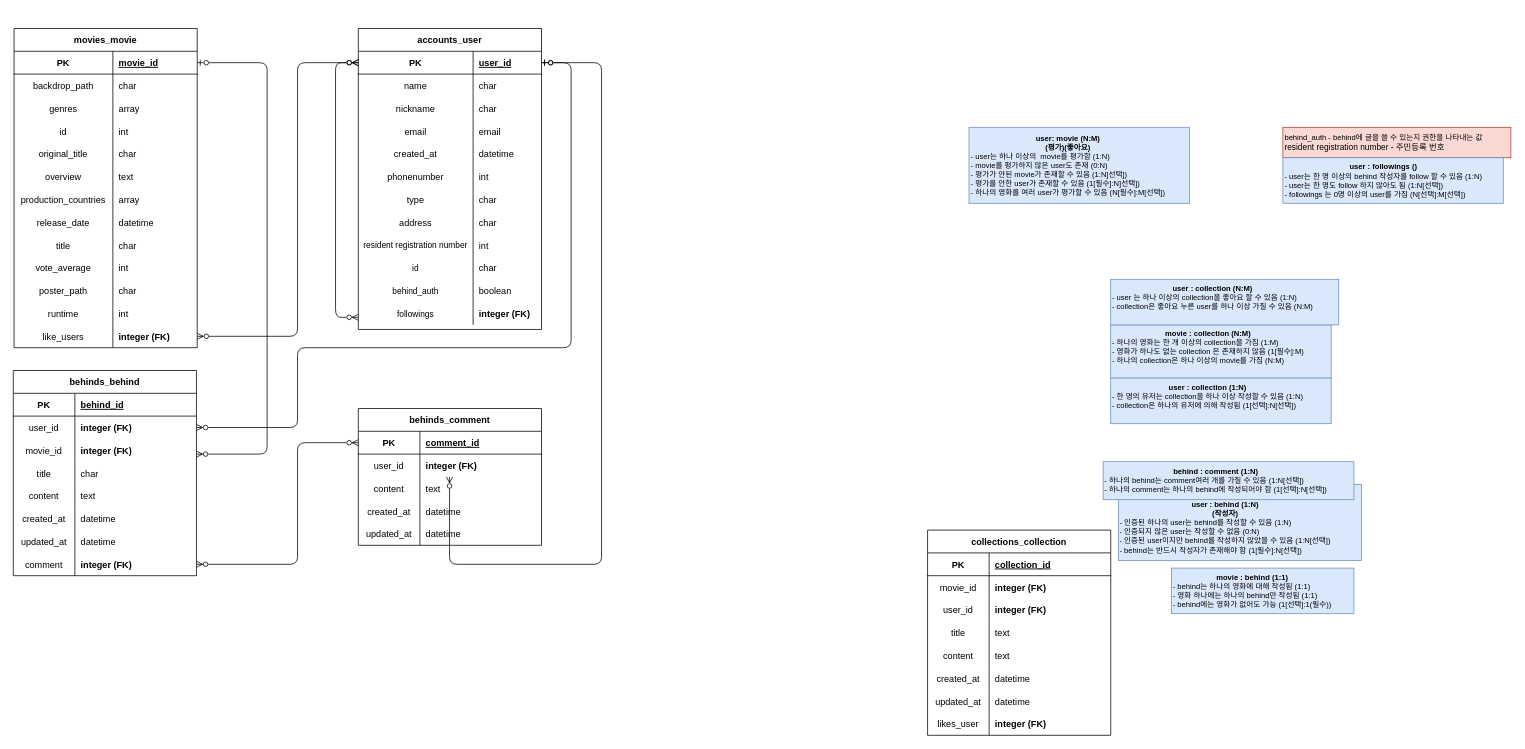
DooDoo3804/Dojiny keeps this draw.io diagram as Dojiny.drawio. Above is the earlier version. Source tidied: cells renumbered, new cells numbered last; positions are measured from the earlier drawing's top-left corner, leaving out a move shared by most shapes. Both pictures are drawn from the tidied source at 76%, with x=0, y=0 at pixel (13, 28).
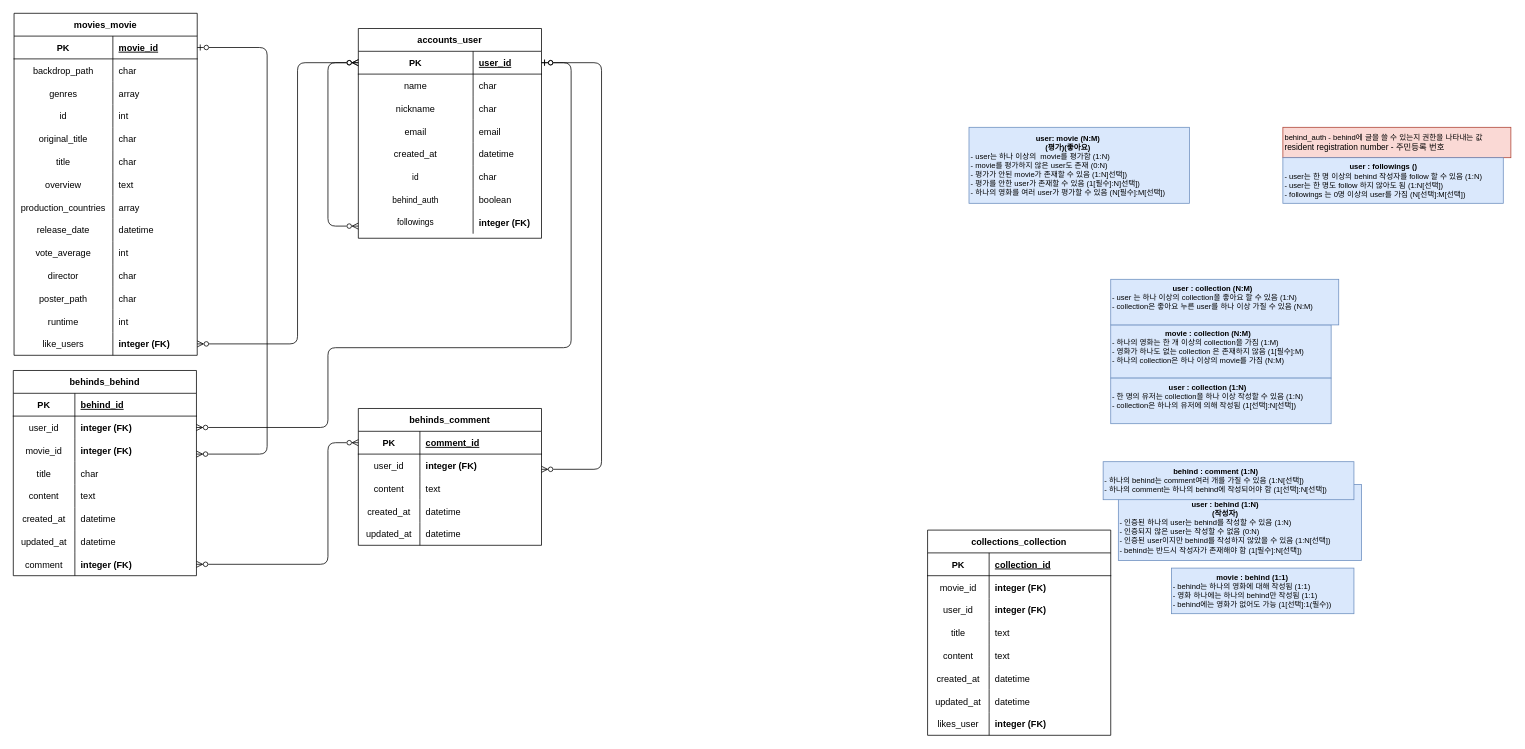
Above is the later version.

The change refers to these unchanged cells:
```xml
<mxCell id="3" style="shape=tableRow;horizontal=0;startSize=0;swimlaneHead=0;swimlaneBody=0;fillColor=none;points=[[0,0.5],[1,0.5]];portConstraint=eastwest;top=0;left=0;right=0;bottom=1;" parent="2" vertex="1">
  <mxGeometry y="30" width="241" height="30" as="geometry" />
</mxCell>
<mxCell id="66" style="shape=tableRow;horizontal=0;startSize=0;swimlaneHead=0;swimlaneBody=0;fillColor=none;points=[[0,0.5],[1,0.5]];portConstraint=eastwest;top=0;left=0;right=0;bottom=1;" parent="65" vertex="1">
  <mxGeometry y="30" width="241" height="30" as="geometry" />
</mxCell>
<mxCell id="111" style="shape=tableRow;horizontal=0;startSize=0;swimlaneHead=0;swimlaneBody=0;fillColor=none;points=[[0,0.5],[1,0.5]];portConstraint=eastwest;top=0;left=0;right=0;bottom=0;" parent="107" vertex="1">
  <mxGeometry y="60" width="241" height="30" as="geometry" />
</mxCell>
<mxCell id="114" style="shape=tableRow;horizontal=0;startSize=0;swimlaneHead=0;swimlaneBody=0;fillColor=none;points=[[0,0.5],[1,0.5]];portConstraint=eastwest;top=0;left=0;right=0;bottom=0;" parent="107" vertex="1">
  <mxGeometry y="90" width="241" height="30" as="geometry" />
</mxCell>
<mxCell id="129" style="shape=tableRow;horizontal=0;startSize=0;swimlaneHead=0;swimlaneBody=0;fillColor=none;points=[[0,0.5],[1,0.5]];portConstraint=eastwest;top=0;left=0;right=0;bottom=0;" parent="107" vertex="1">
  <mxGeometry y="240" width="241" height="30" as="geometry" />
</mxCell>
<mxCell id="135" style="shape=tableRow;horizontal=0;startSize=0;swimlaneHead=0;swimlaneBody=0;fillColor=none;points=[[0,0.5],[1,0.5]];portConstraint=eastwest;top=0;left=0;right=0;bottom=1;" parent="134" vertex="1">
  <mxGeometry y="30" width="241" height="30" as="geometry" />
</mxCell>
<mxCell id="138" style="shape=tableRow;horizontal=0;startSize=0;swimlaneHead=0;swimlaneBody=0;fillColor=none;points=[[0,0.5],[1,0.5]];portConstraint=eastwest;top=0;left=0;right=0;bottom=0;" parent="134" vertex="1">
  <mxGeometry y="60" width="241" height="30" as="geometry" />
</mxCell>
```

The edit, as a diff of the source:
```diff
@@
     <mxCell id="2" value="accounts_user" style="shape=table;startSize=30;childLayout=tableLayout;rowLines=0;fontStyle=1;align=center;" parent="1" vertex="1">
-      <mxGeometry x="454" width="241" height="396" as="geometry" />
+      <mxGeometry x="454" width="241" height="276" as="geometry" />
     </mxCell>
@@
-    <mxCell id="18" style="shape=tableRow;horizontal=0;startSize=0;swimlaneHead=0;swimlaneBody=0;fillColor=none;top=0;left=0;right=0;bottom=0;" parent="2" vertex="1">
-      <mxGeometry y="180" width="241" height="30" as="geometry" />
-    </mxCell>
-    <mxCell id="19" value="phonenumber" style="shape=partialRectangle;fillColor=none;top=0;left=0;bottom=0;right=0;overflow=hidden;" parent="18" vertex="1">
-      <mxGeometry width="151" height="30" as="geometry" />
-    </mxCell>
-    <mxCell id="20" value="int" style="shape=partialRectangle;fillColor=none;top=0;left=0;bottom=0;right=0;align=left;spacingLeft=6;overflow=hidden;" parent="18" vertex="1">
-      <mxGeometry x="151" width="90" height="30" as="geometry" />
-    </mxCell>
-    <mxCell id="21" style="shape=tableRow;horizontal=0;startSize=0;swimlaneHead=0;swimlaneBody=0;fillColor=none;top=0;left=0;right=0;bottom=0;" parent="2" vertex="1">
-      <mxGeometry y="210" width="241" height="30" as="geometry" />
-    </mxCell>
-    <mxCell id="22" value="type" style="shape=partialRectangle;fillColor=none;top=0;left=0;bottom=0;right=0;overflow=hidden;" parent="21" vertex="1">
-      <mxGeometry width="151" height="30" as="geometry" />
-    </mxCell>
-    <mxCell id="23" value="char" style="shape=partialRectangle;fillColor=none;top=0;left=0;bottom=0;right=0;align=left;spacingLeft=6;overflow=hidden;" parent="21" vertex="1">
-      <mxGeometry x="151" width="90" height="30" as="geometry" />
-    </mxCell>
-    <mxCell id="24" style="shape=tableRow;horizontal=0;startSize=0;swimlaneHead=0;swimlaneBody=0;fillColor=none;top=0;left=0;right=0;bottom=0;" parent="2" vertex="1">
-      <mxGeometry y="240" width="241" height="30" as="geometry" />
-    </mxCell>
-    <mxCell id="25" value="address" style="shape=partialRectangle;fillColor=none;top=0;left=0;bottom=0;right=0;overflow=hidden;" parent="24" vertex="1">
-      <mxGeometry width="151" height="30" as="geometry" />
-    </mxCell>
-    <mxCell id="26" value="char" style="shape=partialRectangle;fillColor=none;top=0;left=0;bottom=0;right=0;align=left;spacingLeft=6;overflow=hidden;" parent="24" vertex="1">
-      <mxGeometry x="151" width="90" height="30" as="geometry" />
-    </mxCell>
-    <mxCell id="27" style="shape=tableRow;horizontal=0;startSize=0;swimlaneHead=0;swimlaneBody=0;fillColor=none;top=0;left=0;right=0;bottom=0;" parent="2" vertex="1">
-      <mxGeometry y="270" width="241" height="30" as="geometry" />
-    </mxCell>
-    <mxCell id="28" value="resident registration number" style="shape=partialRectangle;fillColor=none;top=0;left=0;bottom=0;right=0;overflow=hidden;fontSize=11;" parent="27" vertex="1">
-      <mxGeometry width="151" height="30" as="geometry" />
-    </mxCell>
-    <mxCell id="29" value="int" style="shape=partialRectangle;fillColor=none;top=0;left=0;bottom=0;right=0;align=left;spacingLeft=6;overflow=hidden;" parent="27" vertex="1">
-      <mxGeometry x="151" width="90" height="30" as="geometry" />
-    </mxCell>
     <mxCell id="30" style="shape=tableRow;horizontal=0;startSize=0;swimlaneHead=0;swimlaneBody=0;fillColor=none;top=0;left=0;right=0;bottom=0;" parent="2" vertex="1">
-      <mxGeometry y="300" width="241" height="30" as="geometry" />
+      <mxGeometry y="180" width="241" height="30" as="geometry" />
     </mxCell>
@@
     <mxCell id="33" style="shape=tableRow;horizontal=0;startSize=0;swimlaneHead=0;swimlaneBody=0;fillColor=none;top=0;left=0;right=0;bottom=0;" parent="2" vertex="1">
-      <mxGeometry y="330" width="241" height="30" as="geometry" />
+      <mxGeometry y="210" width="241" height="30" as="geometry" />
     </mxCell>
@@
     <mxCell id="36" style="shape=tableRow;horizontal=0;startSize=0;swimlaneHead=0;swimlaneBody=0;fillColor=none;points=[[0,0.5],[1,0.5]];portConstraint=eastwest;top=0;left=0;right=0;bottom=0;" parent="2" vertex="1">
-      <mxGeometry y="360" width="241" height="30" as="geometry" />
+      <mxGeometry y="240" width="241" height="30" as="geometry" />
     </mxCell>
@@
     <mxCell id="39" style="edgeStyle=orthogonalEdgeStyle;rounded=1;jettySize=auto;html=1;startArrow=ERzeroToMany;startFill=0;endArrow=ERzeroToMany;endFill=0;" parent="2" edge="1" source="3" target="36">
       <mxGeometry relative="1" as="geometry">
         <Array as="points">
-          <mxPoint x="-30" y="45" />
-          <mxPoint x="-30" y="380" />
+          <mxPoint x="-40" y="45" />
+          <mxPoint x="-40" y="260" />
         </Array>
       </mxGeometry>
     </mxCell>
@@
     <mxCell id="65" value="movies_movie" style="shape=table;startSize=30;childLayout=tableLayout;rowLines=0;fontStyle=1;align=center;" parent="1" vertex="1">
-      <mxGeometry x="1" width="241" height="420" as="geometry" />
+      <mxGeometry x="1" y="-20" width="241" height="450" as="geometry" />
     </mxCell>
@@
+    <mxCell id="90" style="shape=tableRow;horizontal=0;startSize=0;swimlaneHead=0;swimlaneBody=0;fillColor=none;top=0;left=0;right=0;bottom=0;" parent="65" vertex="1">
+      <mxGeometry y="180" width="241" height="30" as="geometry" />
+    </mxCell>
+    <mxCell id="91" value="title" style="shape=partialRectangle;fillColor=none;top=0;left=0;bottom=0;right=0;overflow=hidden;" parent="90" vertex="1">
+      <mxGeometry width="130" height="30" as="geometry" />
+    </mxCell>
+    <mxCell id="92" value="char" style="shape=partialRectangle;fillColor=none;top=0;left=0;bottom=0;right=0;align=left;spacingLeft=6;overflow=hidden;fontStyle=0;" parent="90" vertex="1">
+      <mxGeometry x="130" width="111" height="30" as="geometry" />
+    </mxCell>
     <mxCell id="81" style="shape=tableRow;horizontal=0;startSize=0;swimlaneHead=0;swimlaneBody=0;fillColor=none;top=0;left=0;right=0;bottom=0;" parent="65" vertex="1">
-      <mxGeometry y="180" width="241" height="30" as="geometry" />
+      <mxGeometry y="210" width="241" height="30" as="geometry" />
     </mxCell>
@@
     <mxCell id="84" style="shape=tableRow;horizontal=0;startSize=0;swimlaneHead=0;swimlaneBody=0;fillColor=none;top=0;left=0;right=0;bottom=0;" parent="65" vertex="1">
-      <mxGeometry y="210" width="241" height="30" as="geometry" />
+      <mxGeometry y="240" width="241" height="30" as="geometry" />
     </mxCell>
@@
     <mxCell id="87" style="shape=tableRow;horizontal=0;startSize=0;swimlaneHead=0;swimlaneBody=0;fillColor=none;top=0;left=0;right=0;bottom=0;" parent="65" vertex="1">
-      <mxGeometry y="240" width="241" height="30" as="geometry" />
+      <mxGeometry y="270" width="241" height="30" as="geometry" />
     </mxCell>
@@
-    <mxCell id="90" style="shape=tableRow;horizontal=0;startSize=0;swimlaneHead=0;swimlaneBody=0;fillColor=none;top=0;left=0;right=0;bottom=0;" parent="65" vertex="1">
-      <mxGeometry y="270" width="241" height="30" as="geometry" />
-    </mxCell>
-    <mxCell id="91" value="title" style="shape=partialRectangle;fillColor=none;top=0;left=0;bottom=0;right=0;overflow=hidden;" parent="90" vertex="1">
-      <mxGeometry width="130" height="30" as="geometry" />
-    </mxCell>
-    <mxCell id="92" value="char" style="shape=partialRectangle;fillColor=none;top=0;left=0;bottom=0;right=0;align=left;spacingLeft=6;overflow=hidden;fontStyle=0;" parent="90" vertex="1">
-      <mxGeometry x="130" width="111" height="30" as="geometry" />
-    </mxCell>
@@
+    <mxCell id="160" style="shape=tableRow;horizontal=0;startSize=0;swimlaneHead=0;swimlaneBody=0;fillColor=none;top=0;left=0;right=0;bottom=0;" parent="65" vertex="1">
+      <mxGeometry y="330" width="241" height="30" as="geometry" />
+    </mxCell>
+    <mxCell id="161" value="director" style="shape=partialRectangle;fillColor=none;top=0;left=0;bottom=0;right=0;overflow=hidden;" parent="160" vertex="1">
+      <mxGeometry width="130" height="30" as="geometry" />
+    </mxCell>
+    <mxCell id="162" value="char" style="shape=partialRectangle;fillColor=none;top=0;left=0;bottom=0;right=0;align=left;spacingLeft=6;overflow=hidden;fontStyle=0;" parent="160" vertex="1">
+      <mxGeometry x="130" width="111" height="30" as="geometry" />
+    </mxCell>
     <mxCell id="96" style="shape=tableRow;horizontal=0;startSize=0;swimlaneHead=0;swimlaneBody=0;fillColor=none;top=0;left=0;right=0;bottom=0;" parent="65" vertex="1">
-      <mxGeometry y="330" width="241" height="30" as="geometry" />
+      <mxGeometry y="360" width="241" height="30" as="geometry" />
     </mxCell>
@@
     <mxCell id="99" style="shape=tableRow;horizontal=0;startSize=0;swimlaneHead=0;swimlaneBody=0;fillColor=none;top=0;left=0;right=0;bottom=0;" parent="65" vertex="1">
-      <mxGeometry y="360" width="241" height="30" as="geometry" />
+      <mxGeometry y="390" width="241" height="30" as="geometry" />
     </mxCell>
@@
     <mxCell id="102" style="shape=tableRow;horizontal=0;startSize=0;swimlaneHead=0;swimlaneBody=0;fillColor=none;points=[[0,0.5],[1,0.5]];portConstraint=eastwest;top=0;left=0;right=0;bottom=0;" parent="65" vertex="1">
-      <mxGeometry y="390" width="241" height="30" as="geometry" />
+      <mxGeometry y="420" width="241" height="30" as="geometry" />
     </mxCell>
@@
     <mxCell id="155" style="edgeStyle=orthogonalEdgeStyle;rounded=1;jettySize=auto;html=1;startArrow=ERzeroToMany;startFill=0;endArrow=ERzeroToMany;endFill=0;" parent="1" edge="1" source="3" target="102">
       <mxGeometry relative="1" as="geometry">
         <Array as="points">
           <mxPoint x="374" y="45" />
-          <mxPoint x="374" y="405" />
+          <mxPoint x="374" y="415" />
         </Array>
       </mxGeometry>
     </mxCell>
     <mxCell id="156" style="edgeStyle=orthogonalEdgeStyle;rounded=1;jettySize=auto;html=1;startArrow=ERzeroToMany;startFill=0;endArrow=ERzeroToMany;endFill=0;" parent="1" edge="1" source="129" target="135">
       <mxGeometry relative="1" as="geometry">
         <Array as="points">
-          <mxPoint x="374" y="705" />
-          <mxPoint x="374" y="545" />
+          <mxPoint x="414" y="705" />
+          <mxPoint x="414" y="545" />
         </Array>
       </mxGeometry>
     </mxCell>
     <mxCell id="157" style="edgeStyle=orthogonalEdgeStyle;rounded=1;jettySize=auto;html=1;startArrow=ERzeroToOne;startFill=0;endArrow=ERzeroToMany;endFill=0;" parent="1" edge="1" source="3" target="138">
       <mxGeometry relative="1" as="geometry">
         <Array as="points">
           <mxPoint x="774" y="45" />
-          <mxPoint x="774" y="705" />
-          <mxPoint x="574" y="705" />
+          <mxPoint x="774" y="580" />
         </Array>
       </mxGeometry>
     </mxCell>
     <mxCell id="158" style="edgeStyle=orthogonalEdgeStyle;rounded=1;jettySize=auto;html=1;startArrow=ERzeroToOne;startFill=0;endArrow=ERzeroToMany;endFill=0;" parent="1" edge="1" source="3" target="111">
       <mxGeometry relative="1" as="geometry">
         <Array as="points">
           <mxPoint x="734" y="45" />
           <mxPoint x="734" y="420" />
-          <mxPoint x="374" y="420" />
-          <mxPoint x="374" y="525" />
+          <mxPoint x="414" y="420" />
+          <mxPoint x="414" y="525" />
         </Array>
       </mxGeometry>
     </mxCell>
     <mxCell id="159" style="edgeStyle=orthogonalEdgeStyle;rounded=1;jettySize=auto;html=1;startArrow=ERzeroToMany;startFill=0;endArrow=ERzeroToOne;endFill=0;" parent="1" edge="1" source="114" target="66">
       <mxGeometry relative="1" as="geometry">
         <Array as="points">
           <mxPoint x="334" y="560" />
-          <mxPoint x="334" y="45" />
+          <mxPoint x="334" y="25" />
         </Array>
       </mxGeometry>
     </mxCell>
```
